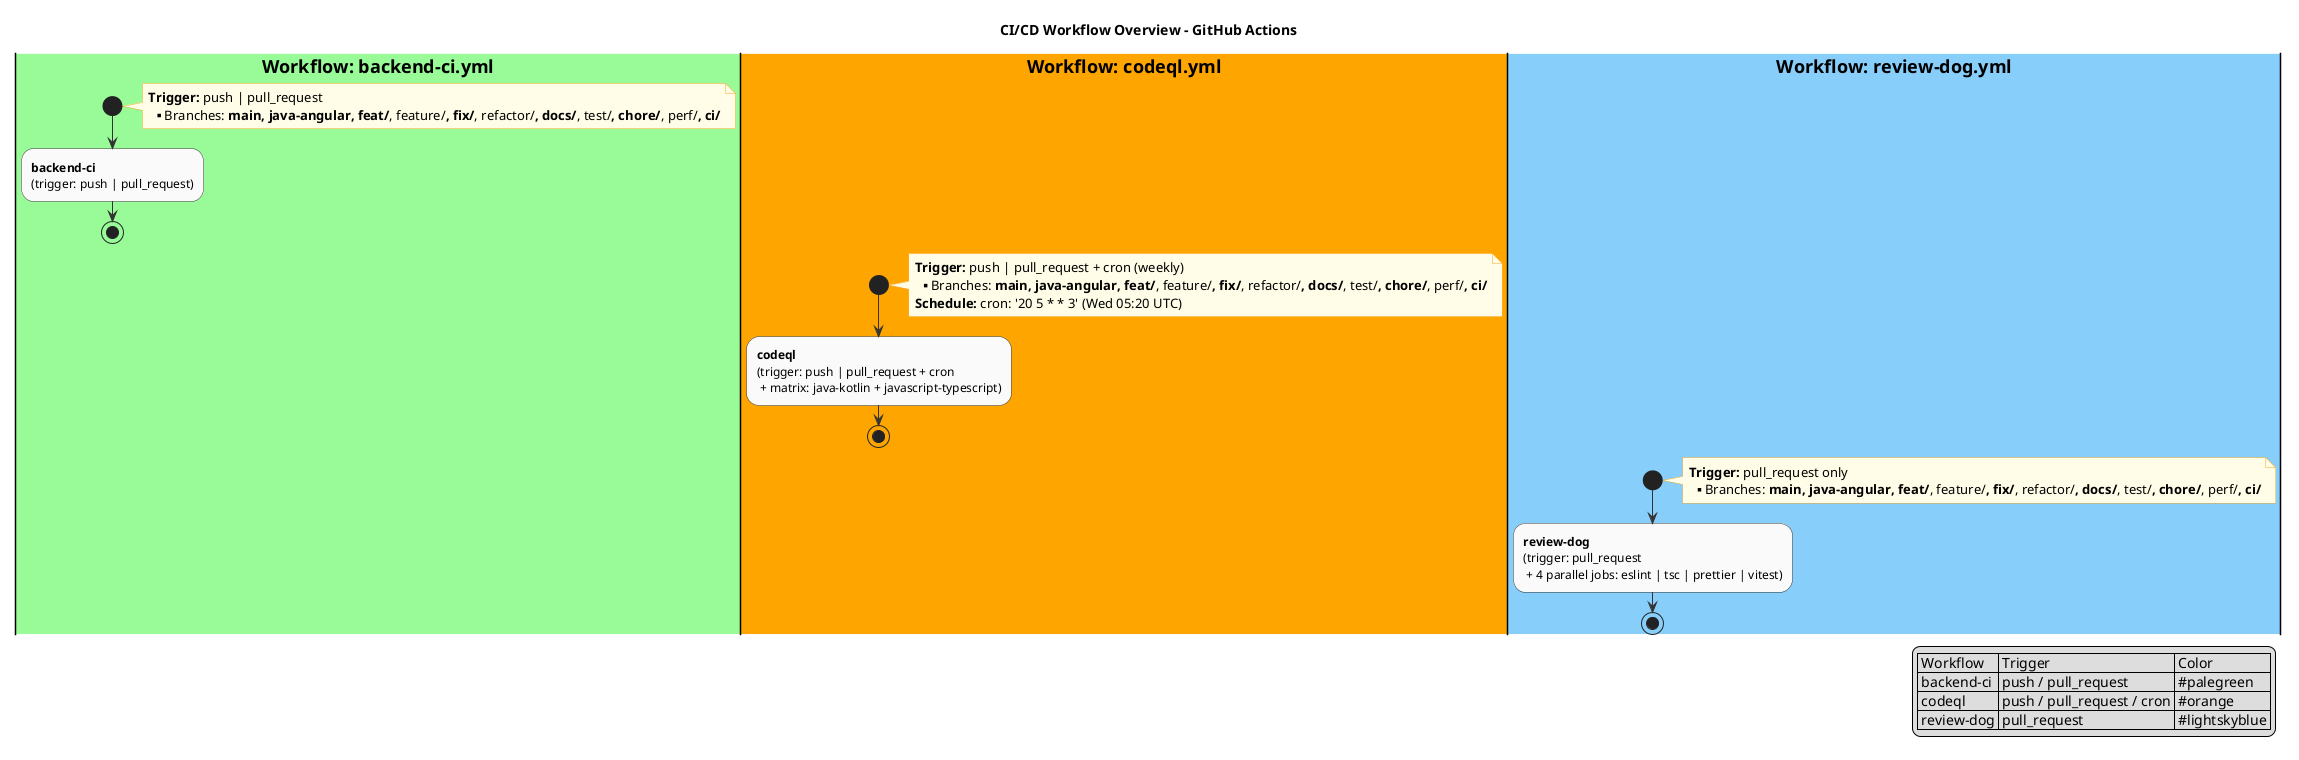
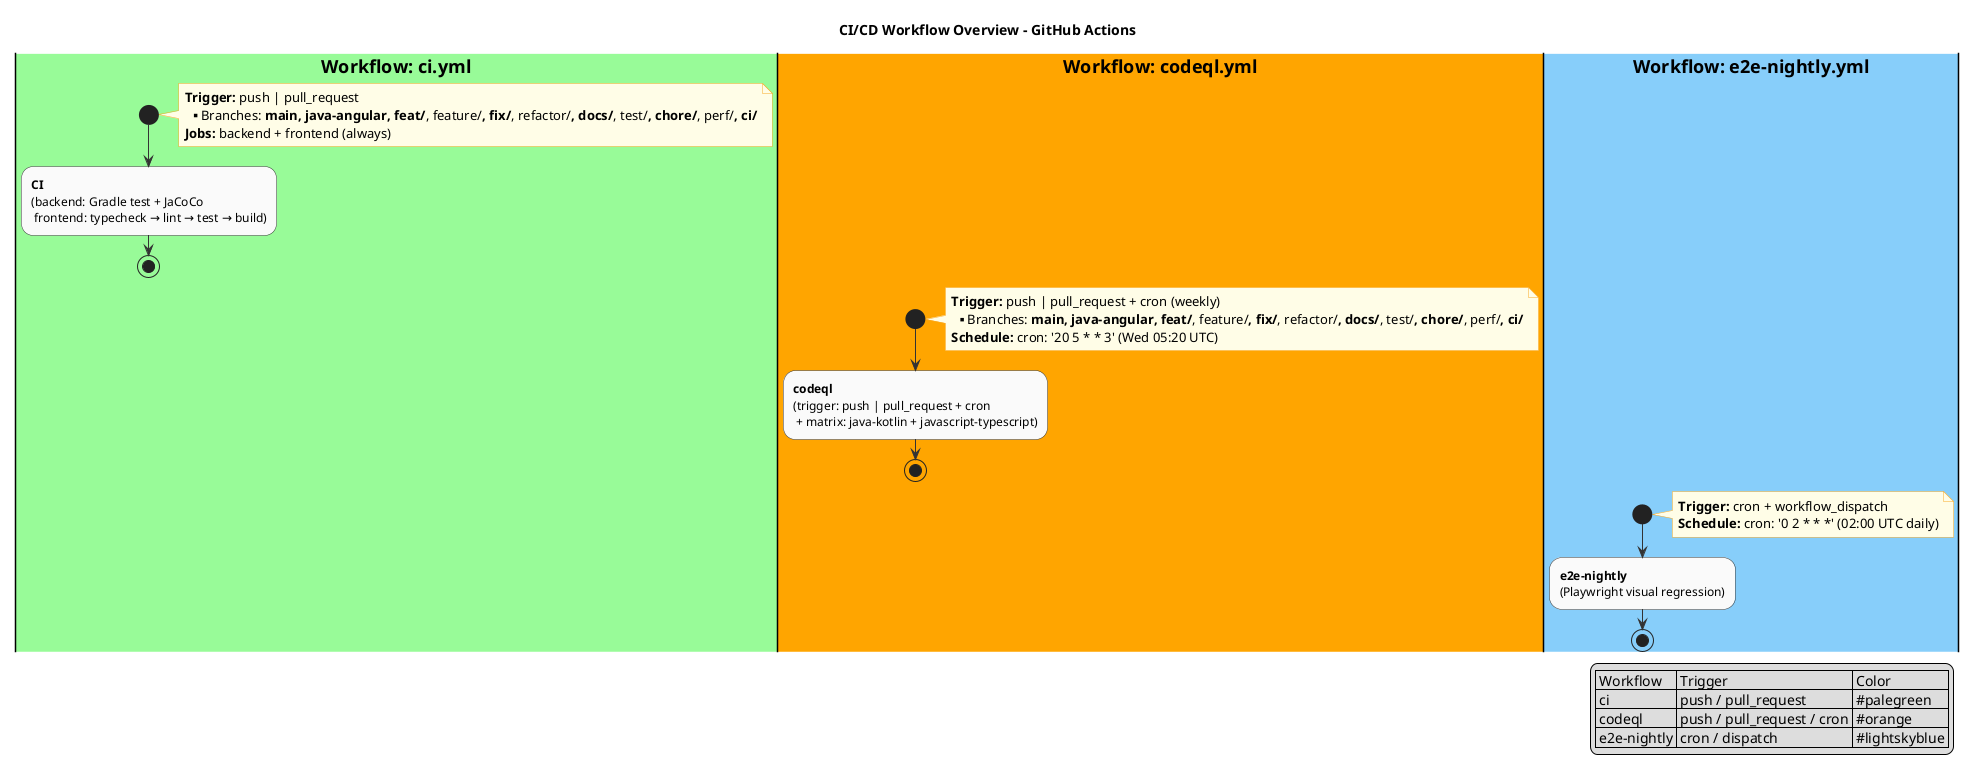
@startuml cicd-workflow
!pragma activityFlow
skinparam activityBackgroundColor #FAFAFA
skinparam activityBorderColor #333333
skinparam activityDiamondBackgroundColor #F0F0F0
skinparam activityDiamondBorderColor #333333
skinparam arrowColor #333333
skinparam noteBackgroundColor #FFFDE7
skinparam noteBorderColor #F9A825
skinparam packageStyle rectangle

title CI/CD Workflow Overview - GitHub Actions

- |#palegreen|**Workflow: backend-ci.yml**|
+ |#palegreen|**Workflow: ci.yml**|
start
note right
**Trigger:** push | pull_request
**Branches:** main, java-angular, feat/**, feature/**, fix/**, refactor/**, docs/**, test/**, chore/**, perf/**, ci/**
+ **Jobs:** backend + frontend (always)
end note
- :**backend-ci**
- (trigger: push | pull_request);
+ :**CI**
+ (backend: Gradle test + JaCoCo
+  frontend: typecheck → lint → test → build);
stop

|#orange|**Workflow: codeql.yml**|
start
note right
**Trigger:** push | pull_request + cron (weekly)
**Branches:** main, java-angular, feat/**, feature/**, fix/**, refactor/**, docs/**, test/**, chore/**, perf/**, ci/**
**Schedule:** cron: '20 5 * * 3' (Wed 05:20 UTC)
end note
:**codeql**
(trigger: push | pull_request + cron
 + matrix: java-kotlin + javascript-typescript);
stop

- |#lightskyblue|**Workflow: review-dog.yml**|
+ |#lightskyblue|**Workflow: e2e-nightly.yml**|
start
note right
- **Trigger:** pull_request only
- **Branches:** main, java-angular, feat/**, feature/**, fix/**, refactor/**, docs/**, test/**, chore/**, perf/**, ci/**
+ **Trigger:** cron + workflow_dispatch
+ **Schedule:** cron: '0 2 * * *' (02:00 UTC daily)
end note
- :**review-dog**
- (trigger: pull_request
-  + 4 parallel jobs: eslint | tsc | prettier | vitest);
+ :**e2e-nightly**
+ (Playwright visual regression);
stop

legend right
| Workflow | Trigger | Color |
- | backend-ci | push / pull_request | #palegreen |
+ | ci | push / pull_request | #palegreen |
| codeql | push / pull_request / cron | #orange |
- | review-dog | pull_request | #lightskyblue |
+ | e2e-nightly | cron / dispatch | #lightskyblue |
endlegend
@enduml
